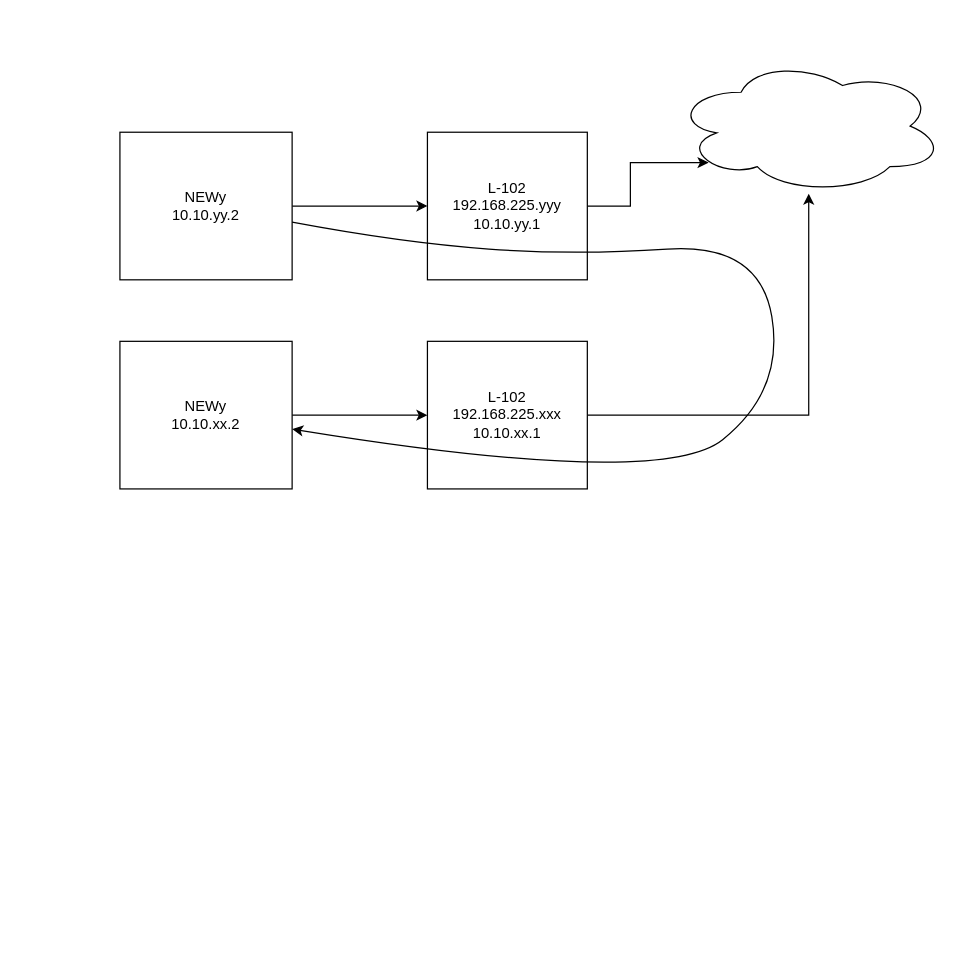
This is LAB05.network/Диаграмма без названия.drawio from dRumata/Linux_adm102.mcrtst, a draw.io file, before an edit. Source tidied: cells renumbered, new cells numbered last; positions are measured from the earlier drawing's top-left corner, leaving out a move shared by most shapes. Both pictures are drawn from the tidied source at 123%, with x=0, y=0 at pixel (119, 58).
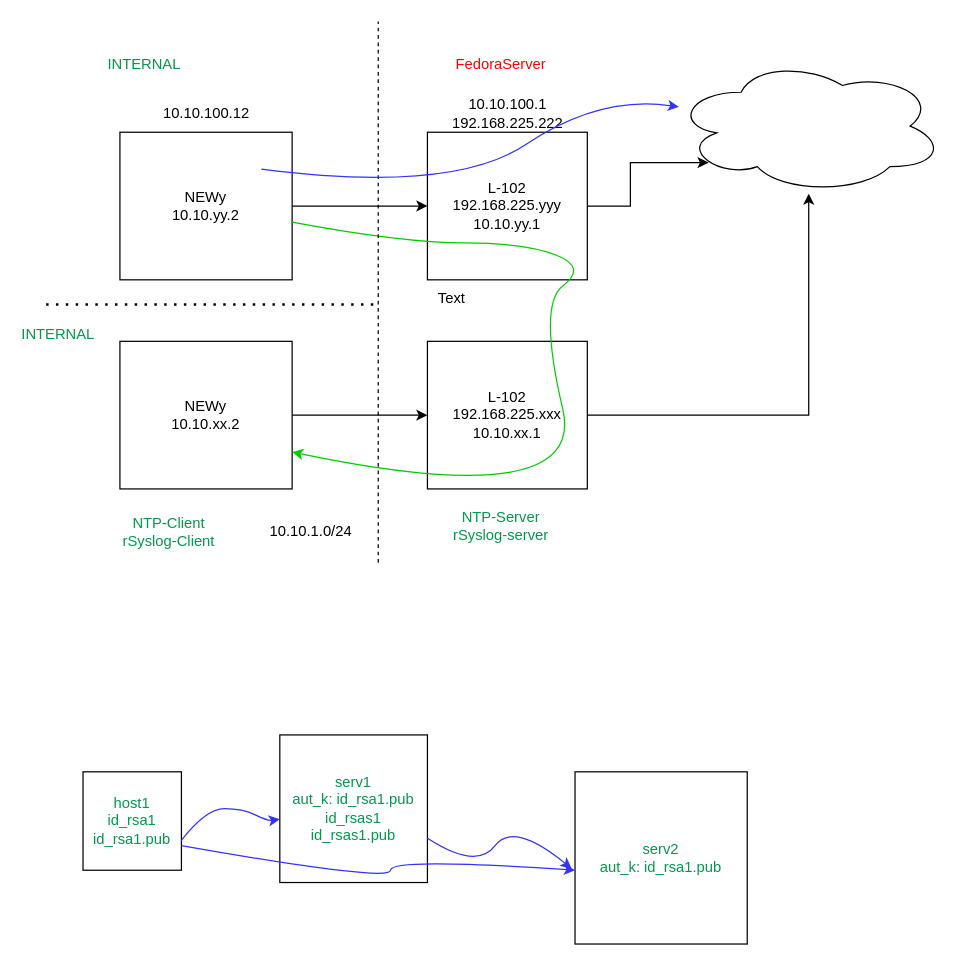
The same page after the edit.

The change refers to these unchanged cells:
```xml
<mxCell id="3" value="NEWy&lt;br&gt;10.10.yy.2" style="rounded=0;whiteSpace=wrap;html=1;" parent="1" vertex="1">
  <mxGeometry y="60" width="140" height="120" as="geometry" />
</mxCell>
<mxCell id="6" style="ellipse;shape=cloud;whiteSpace=wrap;html=1;" parent="1" vertex="1">
  <mxGeometry x="450" width="220" height="110" as="geometry" />
</mxCell>
<mxCell id="8" value="NEWy&lt;br&gt;10.10.xx.2" style="rounded=0;whiteSpace=wrap;html=1;" parent="1" vertex="1">
  <mxGeometry y="230" width="140" height="120" as="geometry" />
</mxCell>
```

Change to the diagram source:
```diff
@@
-    <mxCell id="11" style="curved=1;endArrow=classic;html=1;rounded=0;" parent="1" edge="1" source="3" target="8">
+    <mxCell id="11" style="curved=1;endArrow=classic;html=1;rounded=0;entryX=1;entryY=0.75;entryDx=0;entryDy=0;endFill=1;strokeColor=#00CC00;" parent="1" edge="1" source="3" target="8">
       <mxGeometry relative="1" as="geometry">
         <Array as="points">
           <mxPoint x="230" y="150" />
-          <mxPoint x="370" y="160" />
-          <mxPoint x="520" y="150" />
-          <mxPoint x="540" y="270" />
-          <mxPoint x="440" y="350" />
+          <mxPoint x="330" y="150" />
+          <mxPoint x="380" y="170" />
+          <mxPoint x="340" y="200" />
+          <mxPoint x="380" y="370" />
         </Array>
       </mxGeometry>
     </mxCell>
+    <mxCell id="12" value="10.10.100.12" style="text;html=1;align=center;verticalAlign=middle;strokeColor=none;fillColor=none;" parent="1" vertex="1">
+      <mxGeometry x="25" y="30" width="90" height="30" as="geometry" />
+    </mxCell>
+    <mxCell id="13" value="10.10.100.1&lt;br&gt;192.168.225.222" style="text;html=1;align=center;verticalAlign=middle;strokeColor=none;fillColor=none;" parent="1" vertex="1">
+      <mxGeometry x="260" y="25" width="110" height="40" as="geometry" />
+    </mxCell>
+    <mxCell id="14" style="endArrow=none;dashed=1;html=1;rounded=0;" parent="1" edge="1">
+      <mxGeometry relative="1" as="geometry">
+        <mxPoint x="210" y="410" as="sourcePoint" />
+        <mxPoint x="210" y="-30" as="targetPoint" />
+      </mxGeometry>
+    </mxCell>
+    <mxCell id="15" style="endArrow=none;dashed=1;html=1;dashPattern=1 3;strokeWidth=2;rounded=0;" parent="1" edge="1">
+      <mxGeometry relative="1" as="geometry">
+        <mxPoint x="-60" y="200" as="sourcePoint" />
+        <mxPoint x="210" y="200" as="targetPoint" />
+      </mxGeometry>
+    </mxCell>
+    <mxCell id="16" style="curved=1;endArrow=classic;html=1;rounded=0;strokeColor=#3333FF;" parent="1" edge="1" target="6">
+      <mxGeometry relative="1" as="geometry">
+        <mxPoint x="115" y="90" as="sourcePoint" />
+        <Array as="points">
+          <mxPoint x="270" y="110" />
+          <mxPoint x="390" y="30" />
+        </Array>
+      </mxGeometry>
+    </mxCell>
+    <mxCell id="17" value="10.10.1.0/24" style="text;html=1;align=center;verticalAlign=middle;strokeColor=none;fillColor=none;" parent="1" vertex="1">
+      <mxGeometry x="110" y="370" width="90" height="30" as="geometry" />
+    </mxCell>
+    <mxCell id="18" value="Text" style="text;html=1;strokeColor=none;fillColor=none;align=center;verticalAlign=middle;whiteSpace=wrap;rounded=0;" parent="1" vertex="1">
+      <mxGeometry x="240" y="180" width="60" height="30" as="geometry" />
+    </mxCell>
+    <mxCell id="19" value="&lt;font color=&quot;#00994d&quot;&gt;INTERNAL&lt;/font&gt;" style="text;html=1;strokeColor=none;fillColor=none;align=center;verticalAlign=middle;whiteSpace=wrap;rounded=0;" parent="1" vertex="1">
+      <mxGeometry x="-10" y="-10" width="60" height="30" as="geometry" />
+    </mxCell>
+    <mxCell id="20" value="&lt;font color=&quot;#ff0000&quot;&gt;FedoraServer&lt;/font&gt;" style="text;html=1;strokeColor=none;fillColor=none;align=center;verticalAlign=middle;whiteSpace=wrap;rounded=0;" parent="1" vertex="1">
+      <mxGeometry x="280" y="-10" width="60" height="30" as="geometry" />
+    </mxCell>
+    <mxCell id="21" value="&lt;font color=&quot;#00994d&quot;&gt;INTERNAL&lt;/font&gt;" style="text;html=1;strokeColor=none;fillColor=none;align=center;verticalAlign=middle;whiteSpace=wrap;rounded=0;" parent="1" vertex="1">
+      <mxGeometry x="-80" y="210" width="60" height="30" as="geometry" />
+    </mxCell>
+    <mxCell id="22" value="NTP-Server&lt;br&gt;rSyslog-server" style="text;html=1;strokeColor=none;fillColor=none;align=center;verticalAlign=middle;whiteSpace=wrap;rounded=0;fontColor=#00994D;" parent="1" vertex="1">
+      <mxGeometry x="250" y="360" width="120" height="40" as="geometry" />
+    </mxCell>
+    <mxCell id="23" value="NTP-Client&lt;br&gt;rSyslog-Client" style="text;html=1;strokeColor=none;fillColor=none;align=center;verticalAlign=middle;whiteSpace=wrap;rounded=0;fontColor=#00994D;" parent="1" vertex="1">
+      <mxGeometry x="-20" y="360" width="120" height="50" as="geometry" />
+    </mxCell>
+    <mxCell id="24" value="host1&lt;br&gt;id_rsa1&lt;br&gt;id_rsa1.pub" style="whiteSpace=wrap;html=1;fontColor=#00994D;" parent="1" vertex="1">
+      <mxGeometry x="-30" y="580" width="80" height="80" as="geometry" />
+    </mxCell>
+    <mxCell id="25" value="serv1&lt;br&gt;aut_k: id_rsa1.pub&lt;br&gt;id_rsas1&lt;br&gt;id_rsas1.pub" style="whiteSpace=wrap;html=1;fontColor=#00994D;" parent="1" vertex="1">
+      <mxGeometry x="130" y="550" width="120" height="120" as="geometry" />
+    </mxCell>
+    <mxCell id="26" value="serv2&lt;br&gt;aut_k: id_rsa1.pub" style="whiteSpace=wrap;html=1;fontColor=#00994D;" parent="1" vertex="1">
+      <mxGeometry x="370" y="580" width="140" height="140" as="geometry" />
+    </mxCell>
+    <mxCell id="27" style="curved=1;endArrow=classic;html=1;rounded=0;strokeColor=#3333FF;fontColor=#00994D;exitX=0.996;exitY=0.702;exitDx=0;exitDy=0;exitPerimeter=0;" parent="1" edge="1" source="24" target="25">
+      <mxGeometry relative="1" as="geometry">
+        <Array as="points">
+          <mxPoint x="70" y="610" />
+          <mxPoint x="100" y="610" />
+          <mxPoint x="120" y="620" />
+        </Array>
+      </mxGeometry>
+    </mxCell>
+    <mxCell id="28" style="curved=1;endArrow=classic;html=1;rounded=0;strokeColor=#3333FF;fontColor=#00994D;entryX=-0.02;entryY=0.562;entryDx=0;entryDy=0;entryPerimeter=0;exitX=0.998;exitY=0.698;exitDx=0;exitDy=0;exitPerimeter=0;" parent="1" edge="1" source="25" target="26">
+      <mxGeometry relative="1" as="geometry">
+        <Array as="points">
+          <mxPoint x="290" y="660" />
+          <mxPoint x="320" y="620" />
+        </Array>
+      </mxGeometry>
+    </mxCell>
+    <mxCell id="29" style="curved=1;endArrow=classic;html=1;rounded=0;strokeColor=#3333FF;fontColor=#00994D;exitX=1;exitY=0.75;exitDx=0;exitDy=0;entryX=0;entryY=0.571;entryDx=0;entryDy=0;entryPerimeter=0;" parent="1" edge="1" source="24" target="26">
+      <mxGeometry relative="1" as="geometry">
+        <Array as="points">
+          <mxPoint x="220" y="670" />
+          <mxPoint x="220" y="650" />
+        </Array>
+      </mxGeometry>
+    </mxCell>
```
